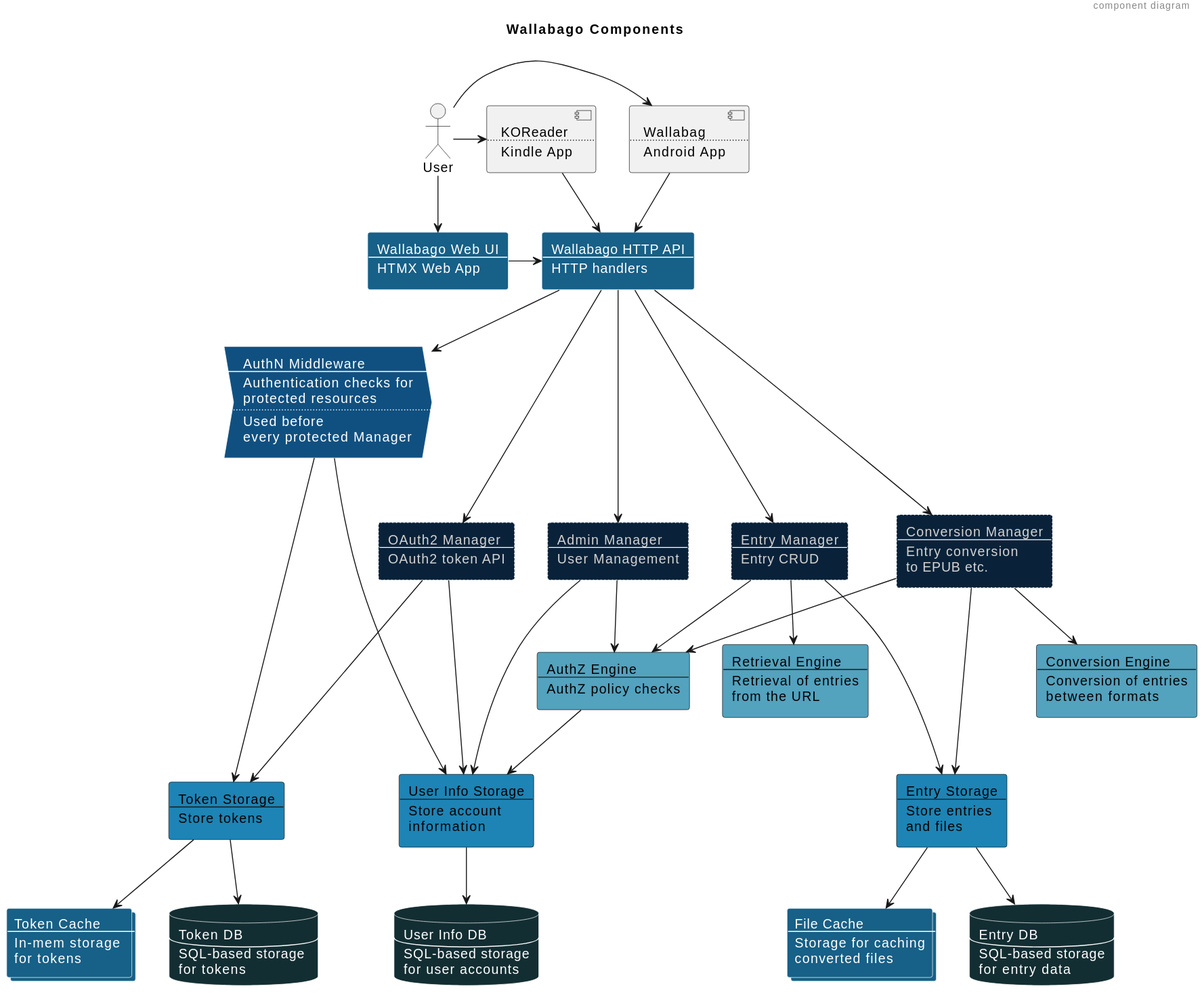
Above: docs/diagrams/dist/architecture-components.svg in xomiachuna/wallabago (PlantUML), before the change.
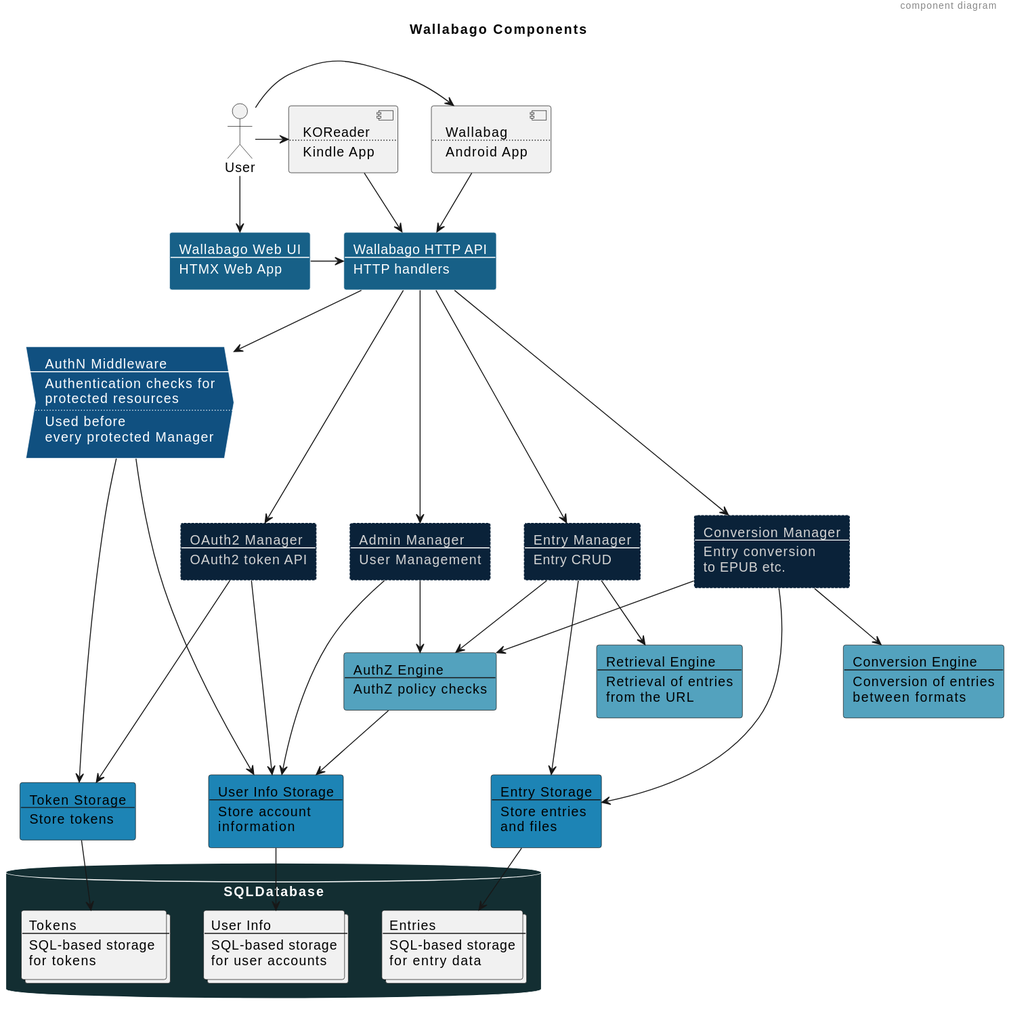
After the commit.

Commit message:
docs: Simplify architecture by removing caches and making single DB explicit

Change to the diagram source:
```diff
@@ -116,41 +116,28 @@
 ]
 
 
-database UserInfoDB #$Persistence [
-    User Info DB
-    ----
-    SQL-based storage
-    for user accounts
-]
+database SQLDatabase #$Persistence {
+    collections UserInfo [
+        User Info
+        ----
+        SQL-based storage
+        for user accounts
+    ]
 
-database TokenDB #$Persistence [
-    Token DB
-    ----
-    SQL-based storage
-    for tokens
-]
+    collections Tokens  [
+        Tokens
+        ----
+        SQL-based storage
+        for tokens
+    ]
 
-collections TokenCache #$Cache [
-    Token Cache
-    ----
-    In-mem storage
-    for tokens
-]
-
-
-database EntriesDB #$Persistence [
-    Entry DB
-    ----
-    SQL-based storage
-    for entry data
-]
-
-collections EntriesFileCache #$Cache [
-    File Cache
-    ----
-    Storage for caching
-    converted files
-]
+    collections Entries [
+        Entries
+        ----
+        SQL-based storage
+        for entry data
+    ]
+}
 
 User -> KOReader
 KOReader --> HTTPAPI
@@ -184,11 +171,9 @@
 
 AuthZEngine --> UserInfoStorage
 
-EntryStorage --> EntriesFileCache
-EntryStorage --> EntriesDB
+EntryStorage --> Entries
 
-UserInfoStorage --> UserInfoDB
+UserInfoStorage --> UserInfo
 
-TokenStorage --> TokenDB
-TokenStorage --> TokenCache
+TokenStorage --> Tokens
 @enduml
```
